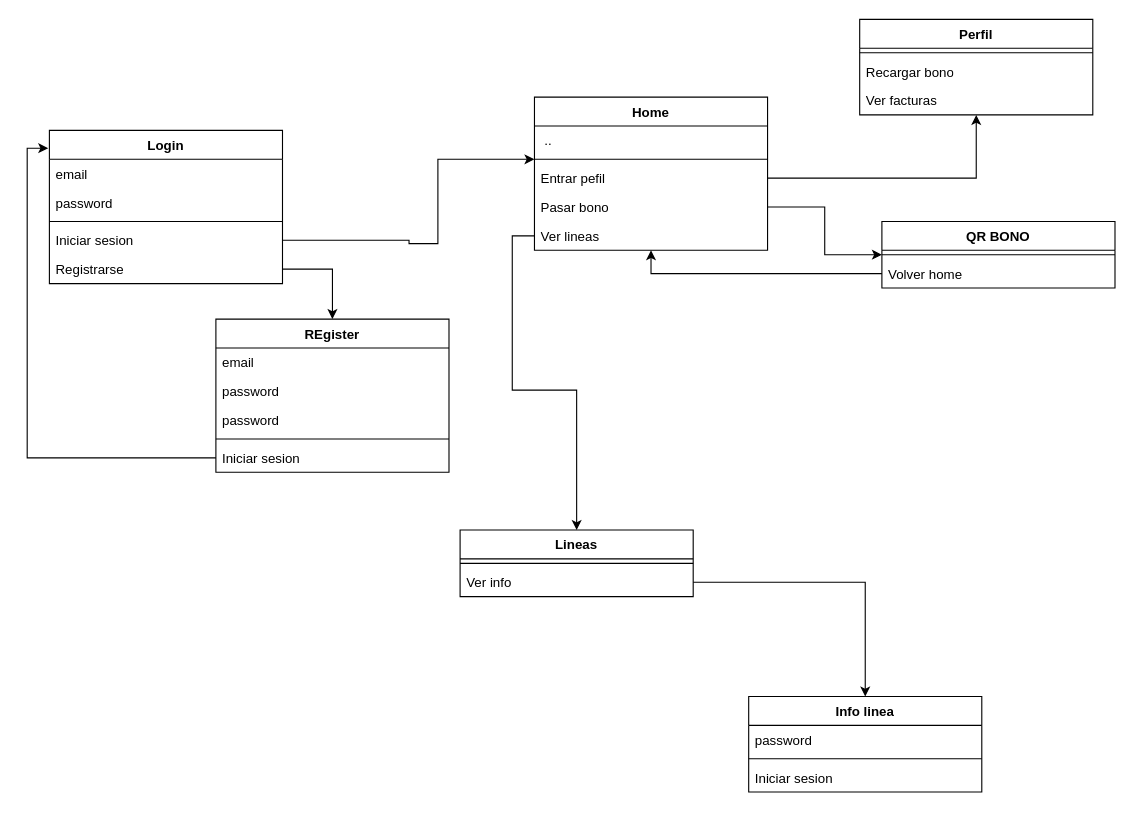
This is UD1TE.drawio from Joelyx/App-Titsa, a draw.io file, before an edit. Source tidied: cells renumbered, new cells numbered last; positions are measured from the earlier drawing's top-left corner, leaving out a move shared by most shapes. Both pictures are drawn from the tidied source at 111%, with x=0, y=0 at pixel (49, 19).
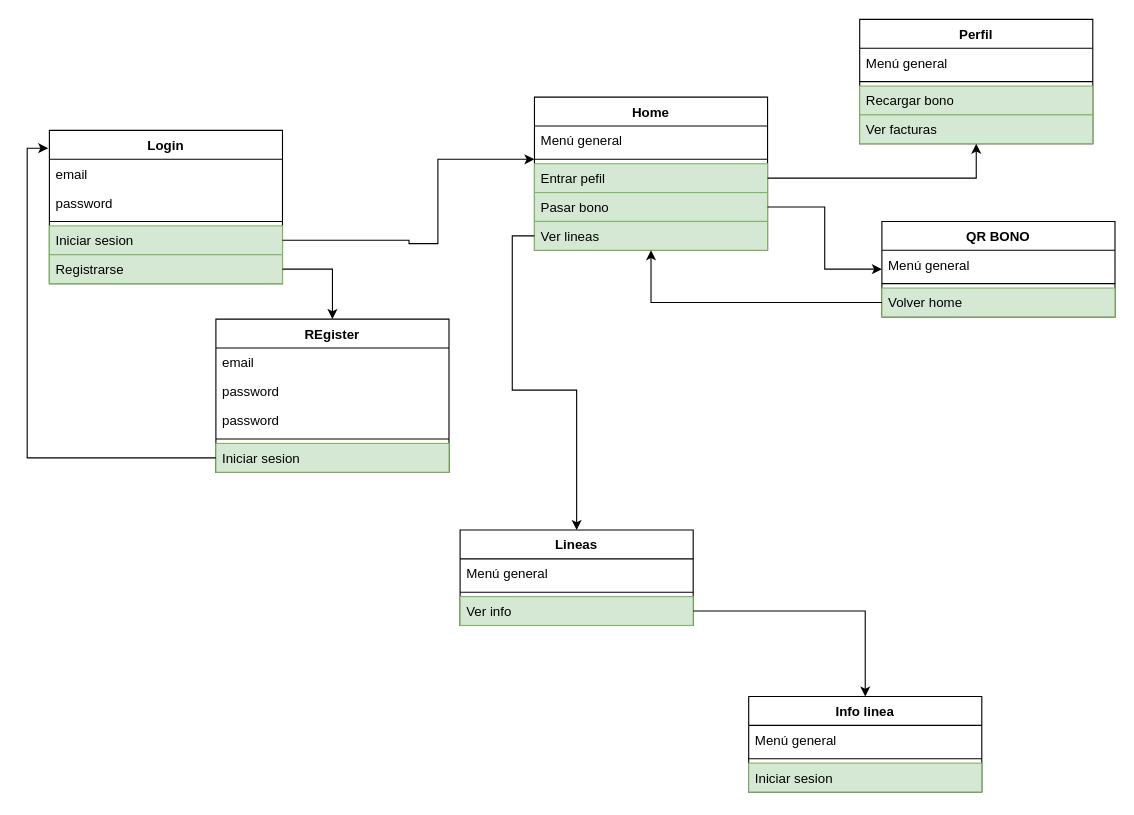
Above is the later version.

Unchanged cells that the change refers to:
```xml
<mxCell id="2" value="Login" style="swimlane;fontStyle=1;align=center;verticalAlign=top;horizontal=1;startSize=26;whiteSpace=wrap;html=1;" parent="1" vertex="1">
  <mxGeometry y="100" width="210" height="138" as="geometry" />
</mxCell>
<mxCell id="8" value="REgister" style="swimlane;fontStyle=1;align=center;verticalAlign=top;horizontal=1;startSize=26;whiteSpace=wrap;html=1;" parent="1" vertex="1">
  <mxGeometry x="150" y="270" width="210" height="138" as="geometry" />
</mxCell>
<mxCell id="16" value="Home" style="swimlane;fontStyle=1;align=center;verticalAlign=top;horizontal=1;startSize=26;whiteSpace=wrap;html=1;" parent="1" vertex="1">
  <mxGeometry x="437" y="70" width="210" height="138" as="geometry" />
</mxCell>
<mxCell id="36" value="Info linea" style="swimlane;fontStyle=1;align=center;verticalAlign=top;horizontal=1;startSize=26;whiteSpace=wrap;html=1;" parent="1" vertex="1">
  <mxGeometry x="630" y="610" width="210" height="86" as="geometry" />
</mxCell>
```

Change to the diagram source:
```diff
@@
-    <mxCell id="6" value="Iniciar sesion " style="text;strokeColor=none;fillColor=none;align=left;verticalAlign=top;spacingLeft=4;spacingRight=4;overflow=hidden;points=[[0,0.5],[1,0.5]];portConstraint=eastwest;whiteSpace=wrap;html=1;" parent="2" vertex="1">
+    <mxCell id="6" value="Iniciar sesion " style="text;strokeColor=#82b366;fillColor=#d5e8d4;align=left;verticalAlign=top;spacingLeft=4;spacingRight=4;overflow=hidden;points=[[0,0.5],[1,0.5]];portConstraint=eastwest;whiteSpace=wrap;html=1;" parent="2" vertex="1">
       <mxGeometry y="86" width="210" height="26" as="geometry" />
     </mxCell>
-    <mxCell id="7" value="Registrarse" style="text;strokeColor=none;fillColor=none;align=left;verticalAlign=top;spacingLeft=4;spacingRight=4;overflow=hidden;points=[[0,0.5],[1,0.5]];portConstraint=eastwest;whiteSpace=wrap;html=1;" parent="2" vertex="1">
+    <mxCell id="7" value="Registrarse" style="text;strokeColor=#82b366;fillColor=#d5e8d4;align=left;verticalAlign=top;spacingLeft=4;spacingRight=4;overflow=hidden;points=[[0,0.5],[1,0.5]];portConstraint=eastwest;whiteSpace=wrap;html=1;" parent="2" vertex="1">
       <mxGeometry y="112" width="210" height="26" as="geometry" />
     </mxCell>
@@
-    <mxCell id="13" value="Iniciar sesion " style="text;strokeColor=none;fillColor=none;align=left;verticalAlign=top;spacingLeft=4;spacingRight=4;overflow=hidden;points=[[0,0.5],[1,0.5]];portConstraint=eastwest;whiteSpace=wrap;html=1;" parent="8" vertex="1">
+    <mxCell id="13" value="Iniciar sesion " style="text;strokeColor=#82b366;fillColor=#d5e8d4;align=left;verticalAlign=top;spacingLeft=4;spacingRight=4;overflow=hidden;points=[[0,0.5],[1,0.5]];portConstraint=eastwest;whiteSpace=wrap;html=1;" parent="8" vertex="1">
       <mxGeometry y="112" width="210" height="26" as="geometry" />
     </mxCell>
@@
-    <mxCell id="17" value="&lt;div&gt;&amp;nbsp;..&lt;/div&gt;&lt;div&gt;&lt;br&gt;&lt;/div&gt;" style="text;strokeColor=none;fillColor=none;align=left;verticalAlign=top;spacingLeft=4;spacingRight=4;overflow=hidden;whiteSpace=wrap;html=1;" parent="16" vertex="1">
+    <mxCell id="17" value="Menú general" style="text;strokeColor=none;fillColor=none;align=left;verticalAlign=top;spacingLeft=4;spacingRight=4;overflow=hidden;whiteSpace=wrap;html=1;" parent="16" vertex="1">
       <mxGeometry y="26" width="210" height="26" as="geometry" />
     </mxCell>
@@
-    <mxCell id="19" value="Entrar pefil" style="text;strokeColor=none;fillColor=none;align=left;verticalAlign=top;spacingLeft=4;spacingRight=4;overflow=hidden;points=[[0,0.5],[1,0.5]];portConstraint=eastwest;whiteSpace=wrap;html=1;" parent="16" vertex="1">
+    <mxCell id="19" value="Entrar pefil" style="text;strokeColor=#82b366;fillColor=#d5e8d4;align=left;verticalAlign=top;spacingLeft=4;spacingRight=4;overflow=hidden;points=[[0,0.5],[1,0.5]];portConstraint=eastwest;whiteSpace=wrap;html=1;" parent="16" vertex="1">
       <mxGeometry y="60" width="210" height="26" as="geometry" />
     </mxCell>
-    <mxCell id="20" value="Pasar bono" style="text;strokeColor=none;fillColor=none;align=left;verticalAlign=top;spacingLeft=4;spacingRight=4;overflow=hidden;points=[[0,0.5],[1,0.5]];portConstraint=eastwest;whiteSpace=wrap;html=1;" parent="16" vertex="1">
+    <mxCell id="20" value="Pasar bono" style="text;strokeColor=#82b366;fillColor=#d5e8d4;align=left;verticalAlign=top;spacingLeft=4;spacingRight=4;overflow=hidden;points=[[0,0.5],[1,0.5]];portConstraint=eastwest;whiteSpace=wrap;html=1;" parent="16" vertex="1">
       <mxGeometry y="86" width="210" height="26" as="geometry" />
     </mxCell>
-    <mxCell id="21" value="Ver lineas" style="text;strokeColor=none;fillColor=none;align=left;verticalAlign=top;spacingLeft=4;spacingRight=4;overflow=hidden;points=[[0,0.5],[1,0.5]];portConstraint=eastwest;whiteSpace=wrap;html=1;" parent="16" vertex="1">
+    <mxCell id="21" value="Ver lineas" style="text;strokeColor=#82b366;fillColor=#d5e8d4;align=left;verticalAlign=top;spacingLeft=4;spacingRight=4;overflow=hidden;points=[[0,0.5],[1,0.5]];portConstraint=eastwest;whiteSpace=wrap;html=1;" parent="16" vertex="1">
       <mxGeometry y="112" width="210" height="26" as="geometry" />
     </mxCell>
@@
     <mxCell id="23" value="Perfil" style="swimlane;fontStyle=1;align=center;verticalAlign=top;horizontal=1;startSize=26;whiteSpace=wrap;html=1;" parent="1" vertex="1">
-      <mxGeometry x="730" width="210" height="86" as="geometry" />
+      <mxGeometry x="730" width="210" height="112" as="geometry" />
     </mxCell>
+    <mxCell id="42" value="Menú general" style="text;strokeColor=none;fillColor=none;align=left;verticalAlign=top;spacingLeft=4;spacingRight=4;overflow=hidden;whiteSpace=wrap;html=1;" parent="23" vertex="1">
+      <mxGeometry y="26" width="210" height="26" as="geometry" />
+    </mxCell>
     <mxCell id="24" style="line;strokeWidth=1;fillColor=none;align=left;verticalAlign=middle;spacingTop=-1;spacingLeft=3;spacingRight=3;labelPosition=right;strokeColor=inherit;" parent="23" vertex="1">
-      <mxGeometry y="26" width="210" height="8" as="geometry" />
+      <mxGeometry y="52" width="210" height="8" as="geometry" />
     </mxCell>
-    <mxCell id="25" value="Recargar bono" style="text;strokeColor=none;fillColor=none;align=left;verticalAlign=top;spacingLeft=4;spacingRight=4;overflow=hidden;whiteSpace=wrap;html=1;" parent="23" vertex="1">
-      <mxGeometry y="34" width="210" height="26" as="geometry" />
+    <mxCell id="25" value="Recargar bono" style="text;strokeColor=#82b366;fillColor=#d5e8d4;align=left;verticalAlign=top;spacingLeft=4;spacingRight=4;overflow=hidden;whiteSpace=wrap;html=1;" parent="23" vertex="1">
+      <mxGeometry y="60" width="210" height="26" as="geometry" />
     </mxCell>
-    <mxCell id="26" value="Ver facturas" style="text;strokeColor=none;fillColor=none;align=left;verticalAlign=top;spacingLeft=4;spacingRight=4;overflow=hidden;whiteSpace=wrap;html=1;" parent="23" vertex="1">
-      <mxGeometry y="60" width="210" height="26" as="geometry" />
+    <mxCell id="26" value="Ver facturas" style="text;strokeColor=#82b366;fillColor=#d5e8d4;align=left;verticalAlign=top;spacingLeft=4;spacingRight=4;overflow=hidden;whiteSpace=wrap;html=1;" parent="23" vertex="1">
+      <mxGeometry y="86" width="210" height="26" as="geometry" />
     </mxCell>
@@
     <mxCell id="28" value="QR BONO" style="swimlane;fontStyle=1;align=center;verticalAlign=top;horizontal=1;startSize=26;whiteSpace=wrap;html=1;" parent="1" vertex="1">
-      <mxGeometry x="750" y="182" width="210" height="60" as="geometry" />
+      <mxGeometry x="750" y="182" width="210" height="86" as="geometry" />
     </mxCell>
+    <mxCell id="43" value="Menú general" style="text;strokeColor=none;fillColor=none;align=left;verticalAlign=top;spacingLeft=4;spacingRight=4;overflow=hidden;whiteSpace=wrap;html=1;" parent="28" vertex="1">
+      <mxGeometry y="26" width="210" height="26" as="geometry" />
+    </mxCell>
     <mxCell id="29" style="line;strokeWidth=1;fillColor=none;align=left;verticalAlign=middle;spacingTop=-1;spacingLeft=3;spacingRight=3;labelPosition=right;strokeColor=inherit;" parent="28" vertex="1">
-      <mxGeometry y="26" width="210" height="8" as="geometry" />
+      <mxGeometry y="52" width="210" height="8" as="geometry" />
     </mxCell>
-    <mxCell id="30" value="Volver home" style="text;strokeColor=none;fillColor=none;align=left;verticalAlign=top;spacingLeft=4;spacingRight=4;overflow=hidden;points=[[0,0.5],[1,0.5]];portConstraint=eastwest;whiteSpace=wrap;html=1;" parent="28" vertex="1">
-      <mxGeometry y="34" width="210" height="26" as="geometry" />
+    <mxCell id="30" value="Volver home" style="text;strokeColor=#82b366;fillColor=#d5e8d4;align=left;verticalAlign=top;spacingLeft=4;spacingRight=4;overflow=hidden;points=[[0,0.5],[1,0.5]];portConstraint=eastwest;whiteSpace=wrap;html=1;" parent="28" vertex="1">
+      <mxGeometry y="60" width="210" height="26" as="geometry" />
     </mxCell>
@@
     <mxCell id="32" value="Lineas" style="swimlane;fontStyle=1;align=center;verticalAlign=top;horizontal=1;startSize=26;whiteSpace=wrap;html=1;" parent="1" vertex="1">
-      <mxGeometry x="370" y="460" width="210" height="60" as="geometry" />
+      <mxGeometry x="370" y="460" width="210" height="86" as="geometry" />
     </mxCell>
+    <mxCell id="44" value="Menú general" style="text;strokeColor=none;fillColor=none;align=left;verticalAlign=top;spacingLeft=4;spacingRight=4;overflow=hidden;whiteSpace=wrap;html=1;" parent="32" vertex="1">
+      <mxGeometry y="26" width="210" height="26" as="geometry" />
+    </mxCell>
     <mxCell id="33" style="line;strokeWidth=1;fillColor=none;align=left;verticalAlign=middle;spacingTop=-1;spacingLeft=3;spacingRight=3;labelPosition=right;strokeColor=inherit;" parent="32" vertex="1">
-      <mxGeometry y="26" width="210" height="8" as="geometry" />
+      <mxGeometry y="52" width="210" height="8" as="geometry" />
     </mxCell>
-    <mxCell id="34" value="Ver info" style="text;strokeColor=none;fillColor=none;align=left;verticalAlign=top;spacingLeft=4;spacingRight=4;overflow=hidden;points=[[0,0.5],[1,0.5]];portConstraint=eastwest;whiteSpace=wrap;html=1;" parent="32" vertex="1">
-      <mxGeometry y="34" width="210" height="26" as="geometry" />
+    <mxCell id="34" value="Ver info" style="text;strokeColor=#82b366;fillColor=#d5e8d4;align=left;verticalAlign=top;spacingLeft=4;spacingRight=4;overflow=hidden;points=[[0,0.5],[1,0.5]];portConstraint=eastwest;whiteSpace=wrap;html=1;" parent="32" vertex="1">
+      <mxGeometry y="60" width="210" height="26" as="geometry" />
     </mxCell>
@@
-    <mxCell id="37" value="password" style="text;strokeColor=none;fillColor=none;align=left;verticalAlign=top;spacingLeft=4;spacingRight=4;overflow=hidden;whiteSpace=wrap;html=1;" parent="36" vertex="1">
+    <mxCell id="37" value="Menú general" style="text;strokeColor=none;fillColor=none;align=left;verticalAlign=top;spacingLeft=4;spacingRight=4;overflow=hidden;whiteSpace=wrap;html=1;" parent="36" vertex="1">
       <mxGeometry y="26" width="210" height="26" as="geometry" />
     </mxCell>
@@
-    <mxCell id="39" value="Iniciar sesion " style="text;strokeColor=none;fillColor=none;align=left;verticalAlign=top;spacingLeft=4;spacingRight=4;overflow=hidden;whiteSpace=wrap;html=1;" parent="36" vertex="1">
+    <mxCell id="39" value="Iniciar sesion " style="text;strokeColor=#82b366;fillColor=#d5e8d4;align=left;verticalAlign=top;spacingLeft=4;spacingRight=4;overflow=hidden;whiteSpace=wrap;html=1;" parent="36" vertex="1">
       <mxGeometry y="60" width="210" height="26" as="geometry" />
     </mxCell>
```
